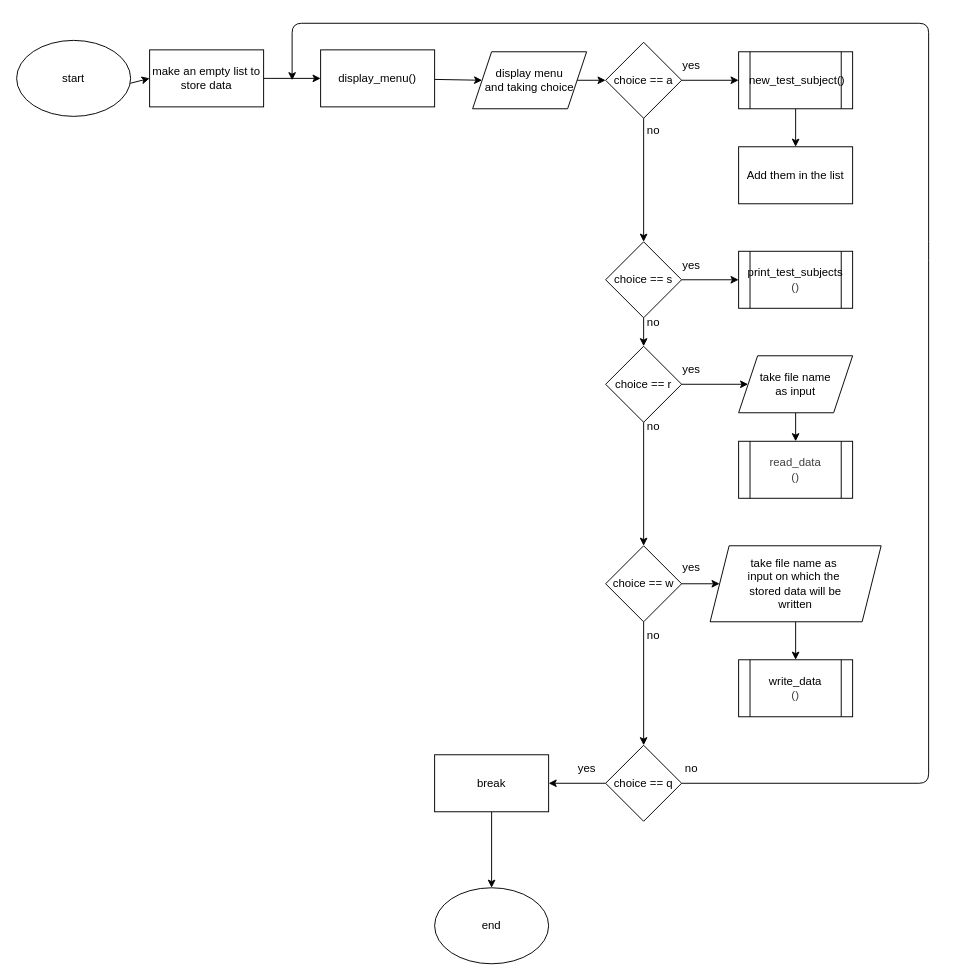
0xSparky/ENTRY_TICKET keeps this draw.io diagram as page "Page-1" (1 of 2) of part 2/main.dio. Above is the earlier version. Source tidied: cells renumbered, new cells numbered last; positions are measured from the earlier drawing's top-left corner, leaving out a move shared by most shapes. Both pictures are drawn from the tidied source at 95%, with x=0, y=0 at pixel (16, 23).
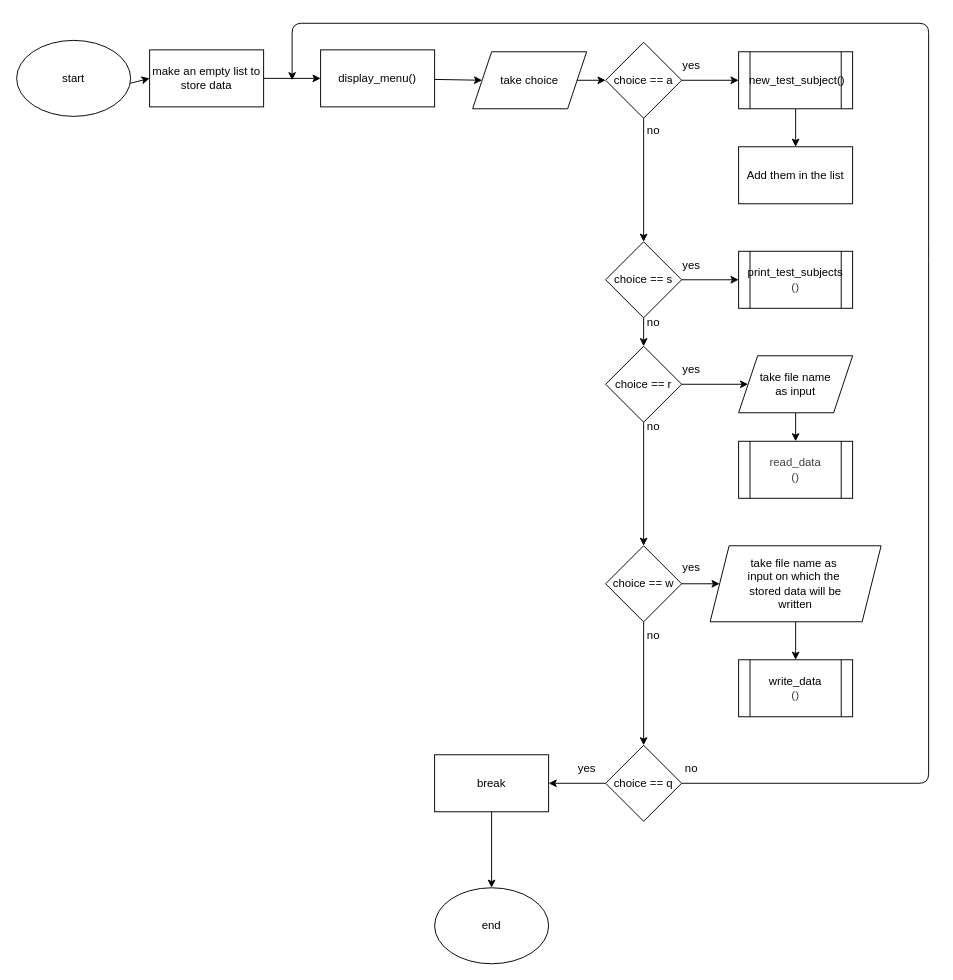
The same page after the edit.

What changed in the source:
```diff
@@
-    <mxCell id="5" value="display menu&lt;div&gt;and taking choice&lt;/div&gt;" style="shape=parallelogram;perimeter=parallelogramPerimeter;whiteSpace=wrap;html=1;fixedSize=1;" parent="1" vertex="1">
+    <mxCell id="5" value="take choice" style="shape=parallelogram;perimeter=parallelogramPerimeter;whiteSpace=wrap;html=1;fixedSize=1;" parent="1" vertex="1">
       <mxGeometry x="480" y="30" width="120" height="60" as="geometry" />
     </mxCell>
```
